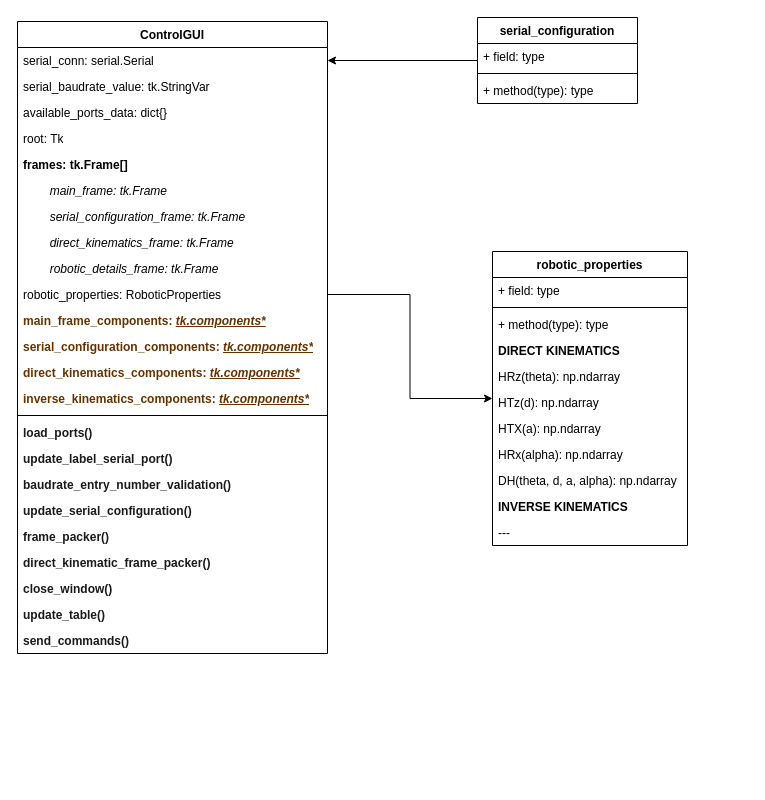
Daravico/Microcontroller-Serial-Interfaces keeps this draw.io diagram as misc/general_class_diagram.drawio. Above is the earlier version. Source tidied: cells renumbered, new cells numbered last; positions are measured from the earlier drawing's top-left corner, leaving out a move shared by most shapes. Both pictures are drawn from the tidied source at 100%, with x=0, y=0 at pixel (17, 17).
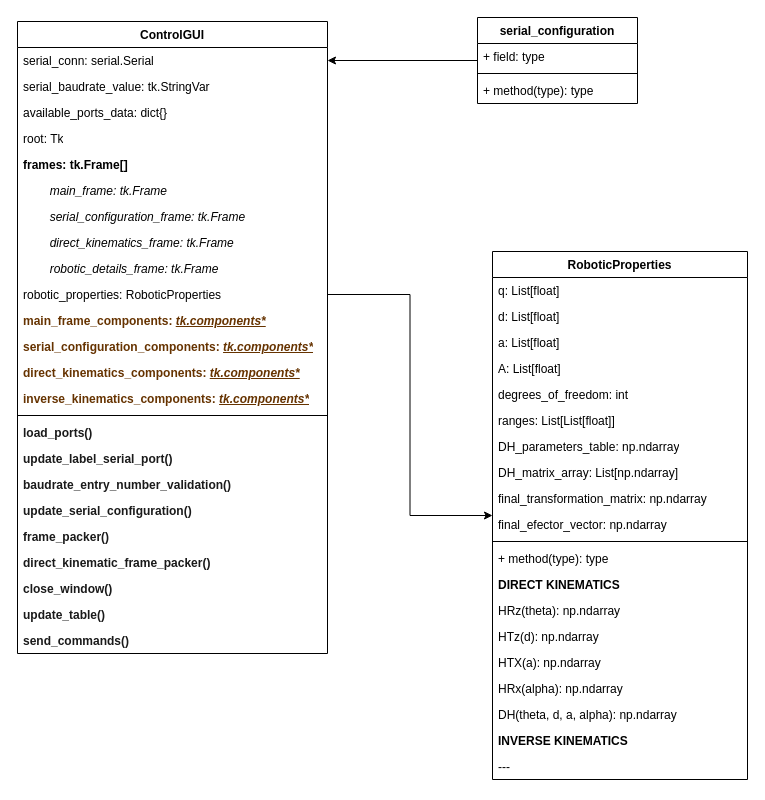
The same diagram, later.

Commit message:
Updates in the driagram for the Robotic Properties Object.

The edit, as a diff of the source:
```diff
@@
-    <mxCell id="27" value="robotic_properties" style="swimlane;fontStyle=1;align=center;verticalAlign=top;horizontal=1;startSize=26;whiteSpace=wrap;html=1;" parent="1" vertex="1">
-      <mxGeometry x="475" y="234" width="195" height="294" as="geometry" />
+    <mxCell id="27" value="RoboticProperties" style="swimlane;fontStyle=1;align=center;verticalAlign=top;horizontal=1;startSize=26;whiteSpace=wrap;html=1;" parent="1" vertex="1">
+      <mxGeometry x="475" y="234" width="255" height="528" as="geometry" />
     </mxCell>
-    <mxCell id="28" value="+ field: type" style="text;strokeColor=none;fillColor=none;align=left;verticalAlign=top;spacingLeft=4;spacingRight=4;overflow=hidden;whiteSpace=wrap;html=1;" parent="27" vertex="1">
-      <mxGeometry y="26" width="195" height="26" as="geometry" />
+    <mxCell id="28" value="q: List[float]" style="text;strokeColor=none;fillColor=none;align=left;verticalAlign=top;spacingLeft=4;spacingRight=4;overflow=hidden;whiteSpace=wrap;html=1;" parent="27" vertex="1">
+      <mxGeometry y="26" width="255" height="26" as="geometry" />
     </mxCell>
+    <mxCell id="45" value="d: List[float]" style="text;strokeColor=none;fillColor=none;align=left;verticalAlign=top;spacingLeft=4;spacingRight=4;overflow=hidden;whiteSpace=wrap;html=1;" parent="27" vertex="1">
+      <mxGeometry y="52" width="255" height="26" as="geometry" />
+    </mxCell>
+    <mxCell id="46" value="a: List[float]" style="text;strokeColor=none;fillColor=none;align=left;verticalAlign=top;spacingLeft=4;spacingRight=4;overflow=hidden;whiteSpace=wrap;html=1;" parent="27" vertex="1">
+      <mxGeometry y="78" width="255" height="26" as="geometry" />
+    </mxCell>
+    <mxCell id="47" value="A: List[float]" style="text;strokeColor=none;fillColor=none;align=left;verticalAlign=top;spacingLeft=4;spacingRight=4;overflow=hidden;whiteSpace=wrap;html=1;" parent="27" vertex="1">
+      <mxGeometry y="104" width="255" height="26" as="geometry" />
+    </mxCell>
+    <mxCell id="48" value="degrees_of_freedom: int" style="text;strokeColor=none;fillColor=none;align=left;verticalAlign=top;spacingLeft=4;spacingRight=4;overflow=hidden;whiteSpace=wrap;html=1;" parent="27" vertex="1">
+      <mxGeometry y="130" width="255" height="26" as="geometry" />
+    </mxCell>
+    <mxCell id="49" value="ranges: List[List[float]]" style="text;strokeColor=none;fillColor=none;align=left;verticalAlign=top;spacingLeft=4;spacingRight=4;overflow=hidden;whiteSpace=wrap;html=1;" parent="27" vertex="1">
+      <mxGeometry y="156" width="255" height="26" as="geometry" />
+    </mxCell>
+    <mxCell id="50" value="DH_parameters_table: np.ndarray" style="text;strokeColor=none;fillColor=none;align=left;verticalAlign=top;spacingLeft=4;spacingRight=4;overflow=hidden;whiteSpace=wrap;html=1;" parent="27" vertex="1">
+      <mxGeometry y="182" width="255" height="26" as="geometry" />
+    </mxCell>
+    <mxCell id="51" value="DH_matrix_array: List[np.ndarray]" style="text;strokeColor=none;fillColor=none;align=left;verticalAlign=top;spacingLeft=4;spacingRight=4;overflow=hidden;whiteSpace=wrap;html=1;" parent="27" vertex="1">
+      <mxGeometry y="208" width="255" height="26" as="geometry" />
+    </mxCell>
+    <mxCell id="52" value="final_transformation_matrix: np.ndarray" style="text;strokeColor=none;fillColor=none;align=left;verticalAlign=top;spacingLeft=4;spacingRight=4;overflow=hidden;whiteSpace=wrap;html=1;" parent="27" vertex="1">
+      <mxGeometry y="234" width="255" height="26" as="geometry" />
+    </mxCell>
+    <mxCell id="53" value="final_efector_vector: np.ndarray" style="text;strokeColor=none;fillColor=none;align=left;verticalAlign=top;spacingLeft=4;spacingRight=4;overflow=hidden;whiteSpace=wrap;html=1;" parent="27" vertex="1">
+      <mxGeometry y="260" width="255" height="26" as="geometry" />
+    </mxCell>
     <mxCell id="29" style="line;strokeWidth=1;fillColor=none;align=left;verticalAlign=middle;spacingTop=-1;spacingLeft=3;spacingRight=3;labelPosition=right;strokeColor=inherit;" parent="27" vertex="1">
-      <mxGeometry y="52" width="195" height="8" as="geometry" />
+      <mxGeometry y="286" width="255" height="8" as="geometry" />
     </mxCell>
     <mxCell id="30" value="+ method(type): type" style="text;strokeColor=none;fillColor=none;align=left;verticalAlign=top;spacingLeft=4;spacingRight=4;overflow=hidden;whiteSpace=wrap;html=1;" parent="27" vertex="1">
-      <mxGeometry y="60" width="195" height="26" as="geometry" />
+      <mxGeometry y="294" width="255" height="26" as="geometry" />
     </mxCell>
     <mxCell id="31" value="DIRECT KINEMATICS" style="text;strokeColor=none;fillColor=none;align=left;verticalAlign=top;spacingLeft=4;spacingRight=4;overflow=hidden;whiteSpace=wrap;html=1;fontStyle=1;" parent="27" vertex="1">
-      <mxGeometry y="86" width="195" height="26" as="geometry" />
+      <mxGeometry y="320" width="255" height="26" as="geometry" />
     </mxCell>
     <mxCell id="32" value="HRz(theta): np.ndarray" style="text;strokeColor=none;fillColor=none;align=left;verticalAlign=top;spacingLeft=4;spacingRight=4;overflow=hidden;whiteSpace=wrap;html=1;" parent="27" vertex="1">
-      <mxGeometry y="112" width="195" height="26" as="geometry" />
+      <mxGeometry y="346" width="255" height="26" as="geometry" />
     </mxCell>
     <mxCell id="33" value="HTz(d): np.ndarray" style="text;strokeColor=none;fillColor=none;align=left;verticalAlign=top;spacingLeft=4;spacingRight=4;overflow=hidden;whiteSpace=wrap;html=1;" parent="27" vertex="1">
-      <mxGeometry y="138" width="195" height="26" as="geometry" />
+      <mxGeometry y="372" width="255" height="26" as="geometry" />
     </mxCell>
     <mxCell id="34" value="HTX(a): np.ndarray" style="text;strokeColor=none;fillColor=none;align=left;verticalAlign=top;spacingLeft=4;spacingRight=4;overflow=hidden;whiteSpace=wrap;html=1;" parent="27" vertex="1">
-      <mxGeometry y="164" width="195" height="26" as="geometry" />
+      <mxGeometry y="398" width="255" height="26" as="geometry" />
     </mxCell>
     <mxCell id="35" value="HRx(alpha): np.ndarray" style="text;strokeColor=none;fillColor=none;align=left;verticalAlign=top;spacingLeft=4;spacingRight=4;overflow=hidden;whiteSpace=wrap;html=1;" parent="27" vertex="1">
-      <mxGeometry y="190" width="195" height="26" as="geometry" />
+      <mxGeometry y="424" width="255" height="26" as="geometry" />
     </mxCell>
     <mxCell id="36" value="DH(theta, d, a, alpha): np.ndarray" style="text;strokeColor=none;fillColor=none;align=left;verticalAlign=top;spacingLeft=4;spacingRight=4;overflow=hidden;whiteSpace=wrap;html=1;" parent="27" vertex="1">
-      <mxGeometry y="216" width="195" height="26" as="geometry" />
+      <mxGeometry y="450" width="255" height="26" as="geometry" />
     </mxCell>
     <mxCell id="37" value="INVERSE KINEMATICS" style="text;strokeColor=none;fillColor=none;align=left;verticalAlign=top;spacingLeft=4;spacingRight=4;overflow=hidden;whiteSpace=wrap;html=1;fontStyle=1;" parent="27" vertex="1">
-      <mxGeometry y="242" width="195" height="26" as="geometry" />
+      <mxGeometry y="476" width="255" height="26" as="geometry" />
     </mxCell>
     <mxCell id="38" value="---" style="text;strokeColor=none;fillColor=none;align=left;verticalAlign=top;spacingLeft=4;spacingRight=4;overflow=hidden;whiteSpace=wrap;html=1;" parent="27" vertex="1">
-      <mxGeometry y="268" width="195" height="26" as="geometry" />
+      <mxGeometry y="502" width="255" height="26" as="geometry" />
     </mxCell>
```
